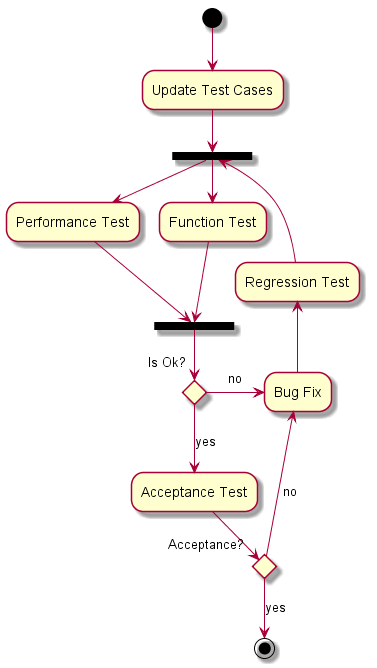
The PlantUML diagram 2_process/Process_For_Development/Process_For_Service_1.0.0/source/images/Verification_Process.png in imace/service-dev, before a commit.
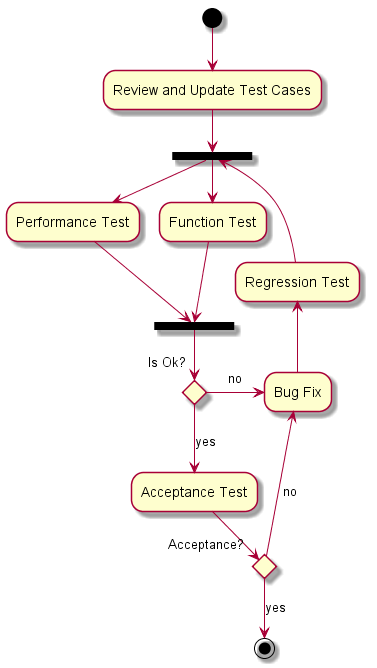
After the commit.

Commit message:
Compelte the first version about 4-Verigication_process

Diff of the diagram source:
```diff
@@ -1,7 +1,7 @@
 @startuml
-(*)-->"Update Test Cases"
+(*)-->"Review and Update Test Cases"
 
-"Update Test Cases" -->===B2===
+"Review and Update Test Cases" -->===B2===
 
 ===B2===-->"Performance Test"
 -->===B3===
```
